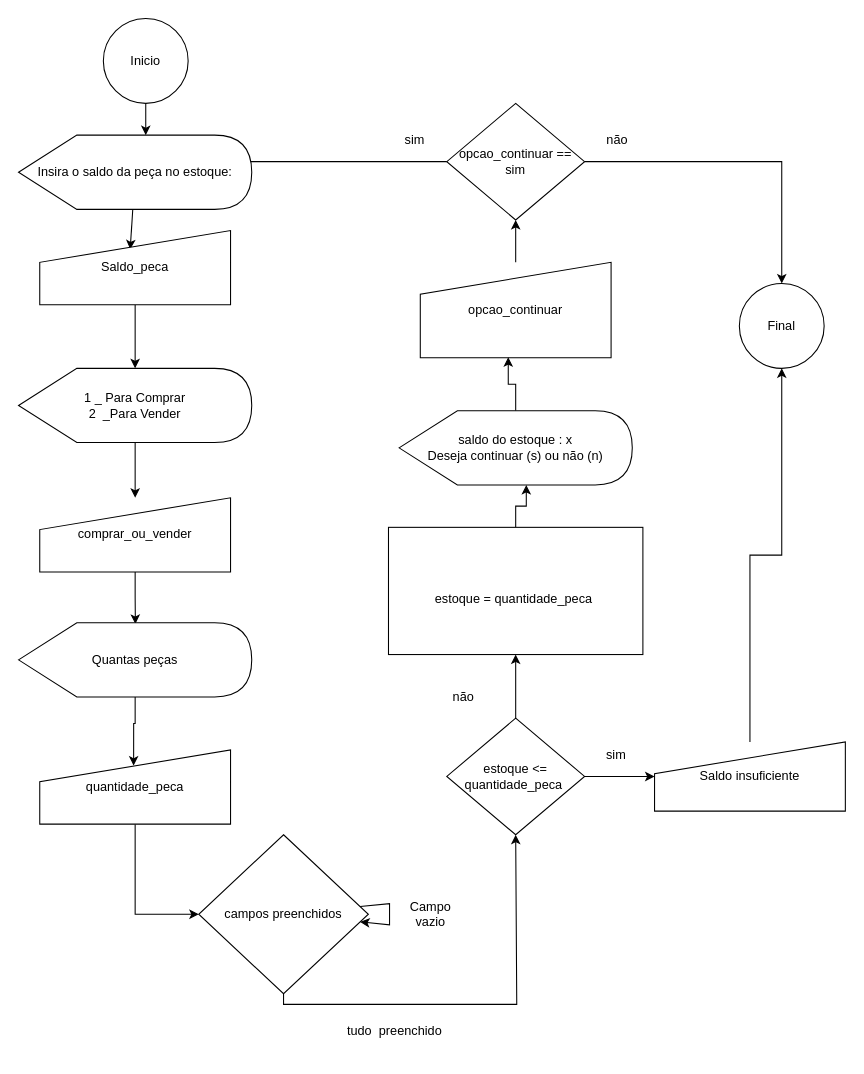
This is Diagrama do projeto.drawio from Wsanbey/Logica_de_programacao_do_senae, a draw.io file, before an edit. Source tidied: cells renumbered, new cells numbered last; positions are measured from the earlier drawing's top-left corner, leaving out a move shared by most shapes. Both pictures are drawn from the tidied source at 106%, with x=0, y=0 at pixel (18, 18).
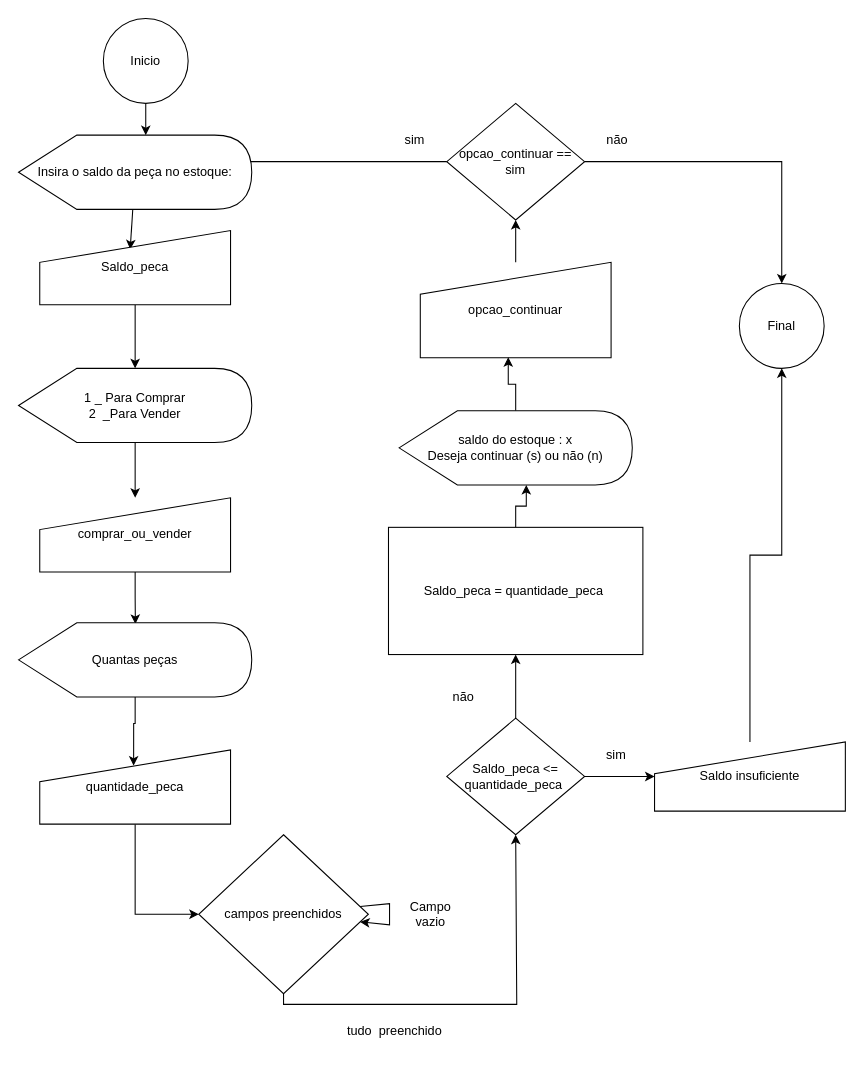
The same diagram, later.

Commit message:
retirado estoque e colocado Saldo_peca como variavel.drawio

The edit, as a diff of the source:
```diff
@@
-    <mxCell id="9" value="&lt;br&gt;estoque = quantidade_peca&amp;nbsp;" style="rounded=0;whiteSpace=wrap;html=1;" parent="1" vertex="1">
+    <mxCell id="9" value="Saldo_peca&amp;nbsp;= quantidade_peca&amp;nbsp;" style="rounded=0;whiteSpace=wrap;html=1;" parent="1" vertex="1">
       <mxGeometry x="349" y="480" width="240" height="120" as="geometry" />
     </mxCell>
@@
-    <mxCell id="11" value="estoque &amp;lt;= quantidade_peca&amp;nbsp;" style="rhombus;whiteSpace=wrap;html=1;" parent="1" vertex="1">
+    <mxCell id="11" value="Saldo_peca&amp;nbsp;&amp;lt;= quantidade_peca&amp;nbsp;" style="rhombus;whiteSpace=wrap;html=1;" parent="1" vertex="1">
       <mxGeometry x="404" y="660" width="130" height="110" as="geometry" />
     </mxCell>
```
